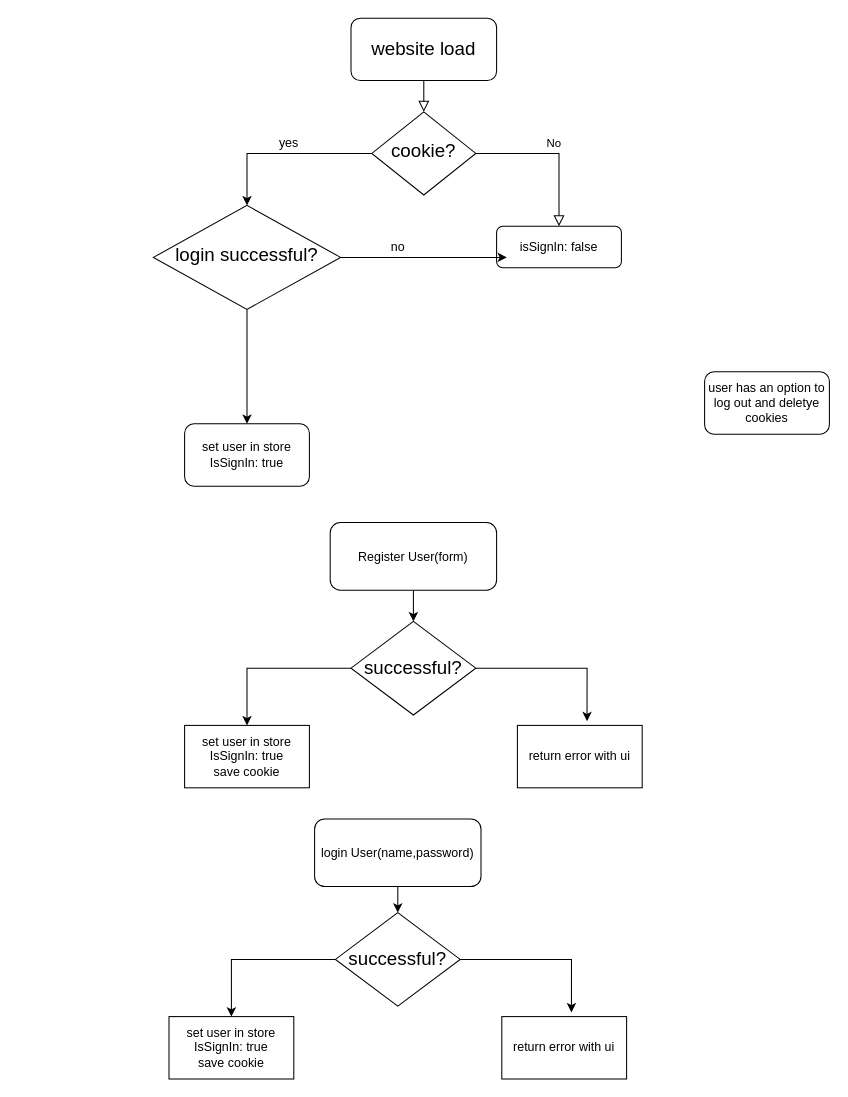
Before: page "Page-1" (1 of 2) of pseudo/cookiesssss.drawio in t-bendet/potter-front-end-react, a draw.io diagram. Source tidied: cells renumbered, new cells numbered last; positions are measured from the earlier drawing's top-left corner, leaving out a move shared by most shapes. Both pictures are drawn from the tidied source at 104%, with x=0, y=0 at pixel (153, 18).
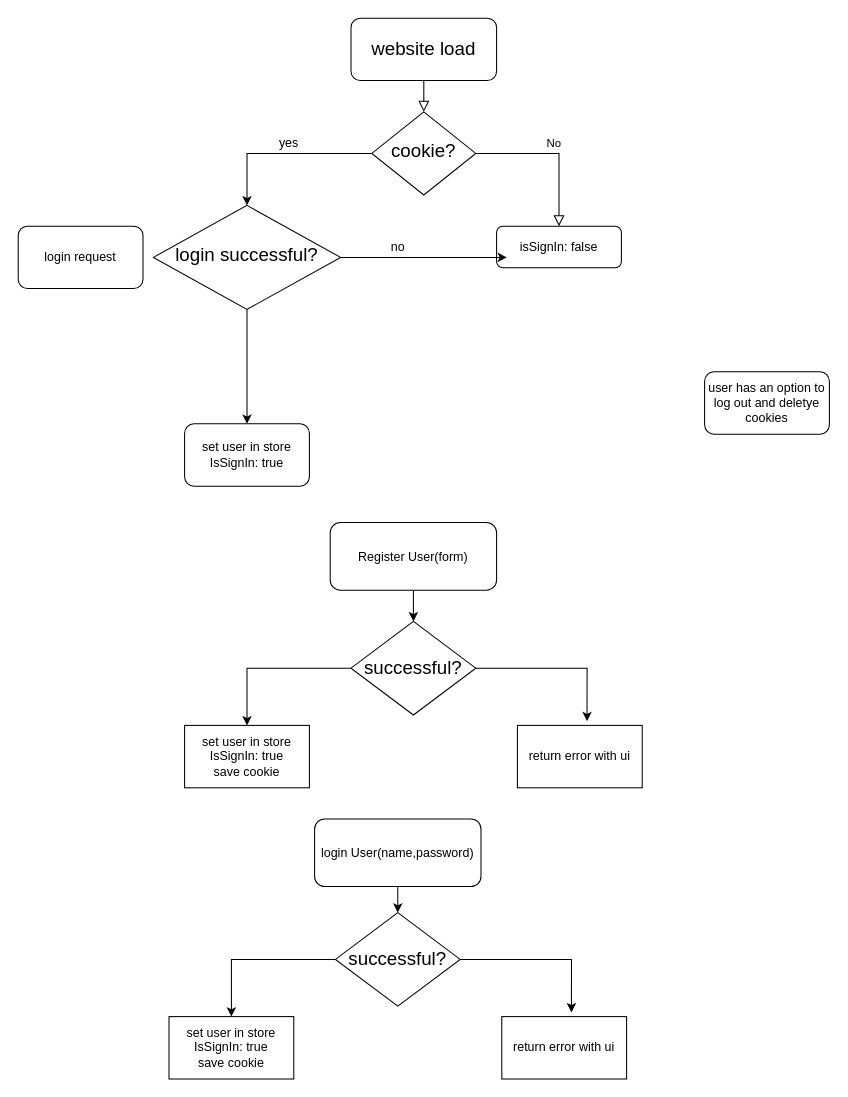
The same page after the edit.

Change to the diagram source:
```diff
@@
+    <mxCell id="30" value="login request" style="rounded=1;whiteSpace=wrap;html=1;" parent="1" vertex="1">
+      <mxGeometry x="-130" y="200" width="120" height="60" as="geometry" />
+    </mxCell>
```
